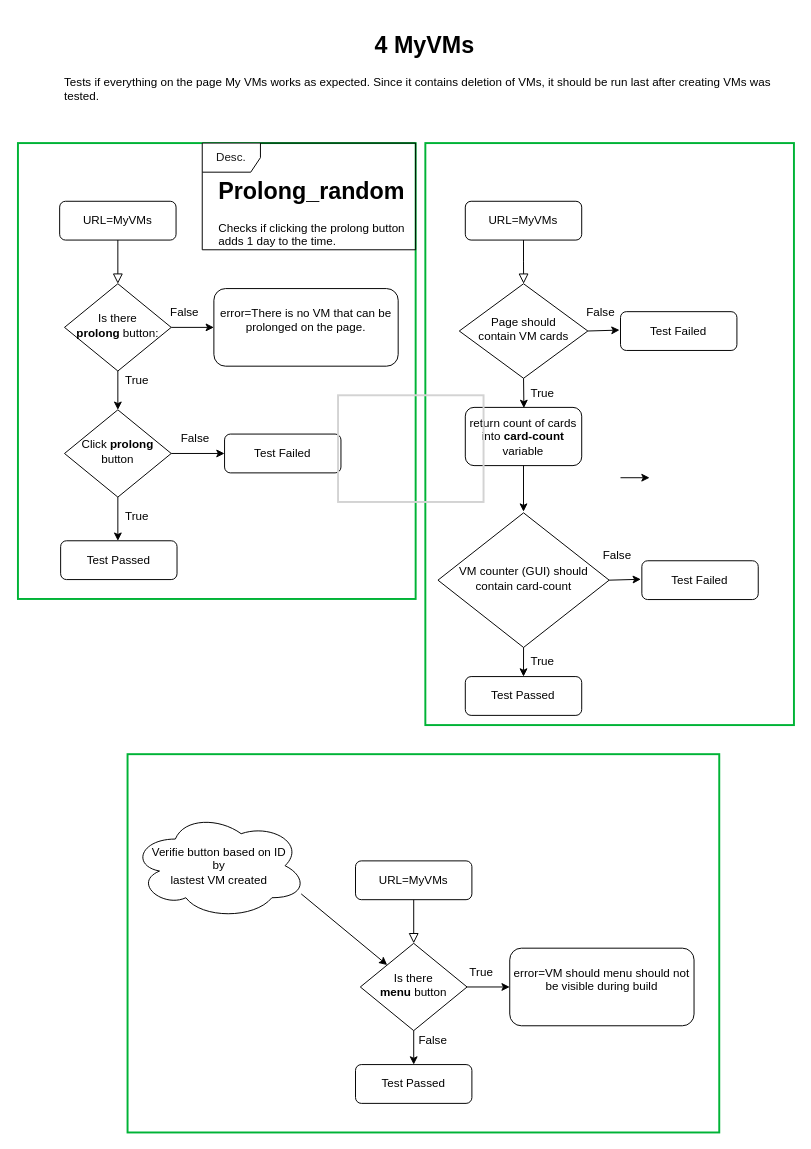
MartinBlazek6/Project keeps this draw.io diagram as 4_MyVMS.drawio. Above is the earlier version. Source tidied: cells renumbered, new cells numbered last; positions are measured from the earlier drawing's top-left corner, leaving out a move shared by most shapes. Both pictures are drawn from the tidied source at 97%, with x=0, y=0 at pixel (17, 26).
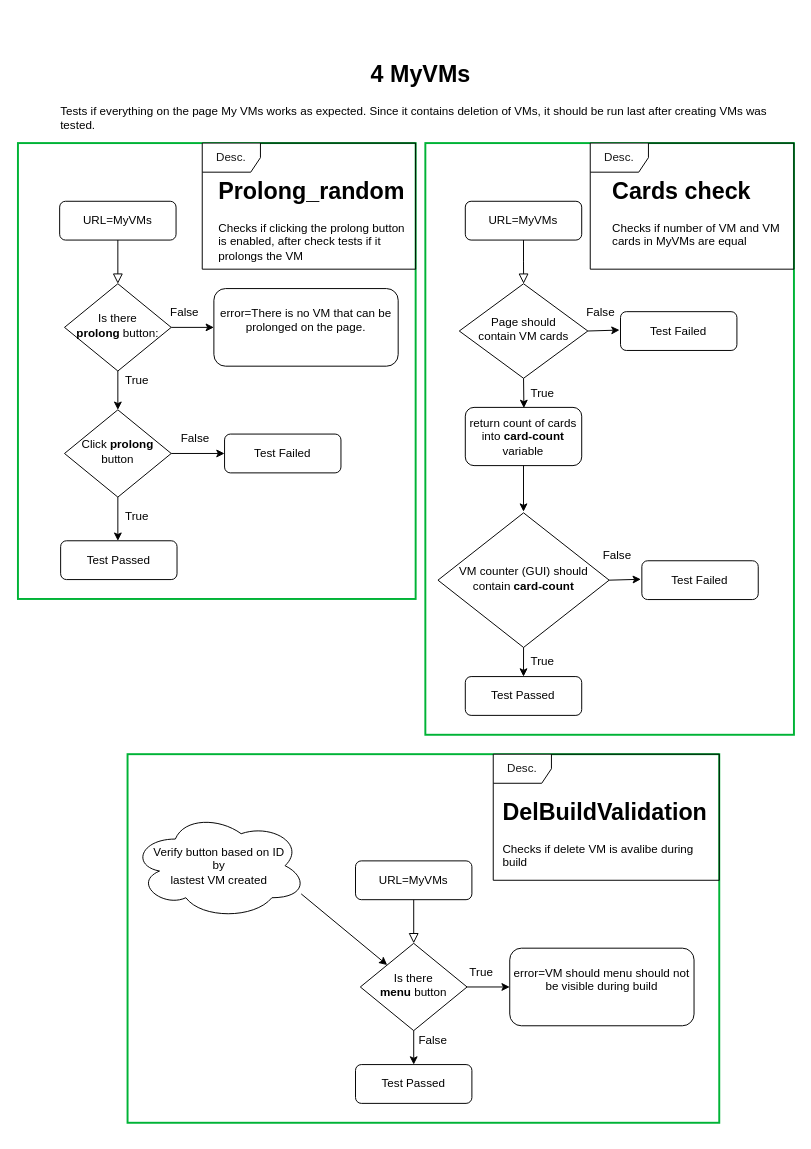
Above is the later version.

What changed in the source:
```diff
@@
-    <mxCell id="21" style="endArrow=classic;html=1;rounded=0;exitX=1;exitY=0.5;exitDx=0;exitDy=0;entryX=0;entryY=0.5;entryDx=0;entryDy=0;" parent="1" edge="1">
-      <mxGeometry relative="1" as="geometry">
-        <mxPoint x="621.2" y="465" as="sourcePoint" />
-        <mxPoint x="651.2" y="465" as="targetPoint" />
-      </mxGeometry>
-    </mxCell>
@@
-    <mxCell id="30" value="VM counter (GUI) should contain card-count" style="rhombus;whiteSpace=wrap;html=1;shadow=0;fontFamily=Helvetica;fontSize=12;align=center;strokeWidth=1;spacing=6;spacingTop=-4;" parent="1" vertex="1">
+    <mxCell id="30" value="VM counter (GUI) should contain &lt;b&gt;card-count&lt;/b&gt;" style="rhombus;whiteSpace=wrap;html=1;shadow=0;fontFamily=Helvetica;fontSize=12;align=center;strokeWidth=1;spacing=6;spacingTop=-4;" parent="1" vertex="1">
       <mxGeometry x="433" y="501.2" width="176.5" height="138.8" as="geometry" />
     </mxCell>
@@
-    <mxCell id="44" value="Verifie button based on ID &lt;br&gt;by&lt;br&gt;lastest VM created" style="ellipse;shape=cloud;whiteSpace=wrap;html=1;" parent="1" vertex="1">
+    <mxCell id="44" value="Verify button based on ID &lt;br&gt;by&lt;br&gt;lastest VM created" style="ellipse;shape=cloud;whiteSpace=wrap;html=1;" parent="1" vertex="1">
       <mxGeometry x="117" y="810" width="181" height="110" as="geometry" />
     </mxCell>
@@
     <mxCell id="46" value="&lt;h1&gt;&lt;span style=&quot;white-space: pre&quot;&gt;&#9;&lt;/span&gt;&lt;span style=&quot;white-space: pre&quot;&gt;&#9;&lt;/span&gt;&lt;span style=&quot;white-space: pre&quot;&gt;&#9;&lt;/span&gt;&lt;span style=&quot;white-space: pre&quot;&gt;&#9;&lt;/span&gt;&lt;span style=&quot;white-space: pre&quot;&gt;&#9;&lt;/span&gt;&lt;span style=&quot;white-space: pre&quot;&gt;&#9;&lt;/span&gt;4 MyVMs&lt;/h1&gt;&lt;p&gt;Tests if everything on the page My VMs works as expected. Since it contains deletion of VMs, it should be run last after creating VMs was tested.&lt;/p&gt;" style="text;html=1;strokeColor=none;fillColor=none;spacing=5;spacingTop=-20;whiteSpace=wrap;overflow=hidden;rounded=0;" parent="1" vertex="1">
-      <mxGeometry x="43" width="750" height="120" as="geometry" />
+      <mxGeometry x="39" y="30" width="750" height="120" as="geometry" />
     </mxCell>
@@
     <mxCell id="48" style="rounded=0;whiteSpace=wrap;html=1;fillColor=none;strokeColor=#00B336;strokeWidth=2;" parent="1" vertex="1">
-      <mxGeometry x="420" y="120" width="380" height="600" as="geometry" />
+      <mxGeometry x="420" y="120" width="380" height="610" as="geometry" />
     </mxCell>
     <mxCell id="49" style="rounded=0;whiteSpace=wrap;html=1;fillColor=none;strokeColor=#00B336;strokeWidth=2;" parent="1" vertex="1">
-      <mxGeometry x="113" y="750" width="610" height="390" as="geometry" />
+      <mxGeometry x="113" y="750" width="610" height="380" as="geometry" />
     </mxCell>
-    <mxCell id="50" value="&lt;h1&gt;Prolong_random&lt;/h1&gt;&lt;p&gt;Checks if clicking the prolong button adds 1 day to the time.&lt;/p&gt;" style="text;html=1;strokeColor=none;fillColor=none;spacing=5;spacingTop=-20;whiteSpace=wrap;overflow=hidden;rounded=0;" parent="1" vertex="1">
-      <mxGeometry x="202" y="150" width="208" height="80" as="geometry" />
+    <mxCell id="50" value="&lt;h1&gt;Prolong_random&lt;/h1&gt;&lt;p&gt;Checks if clicking the prolong button is enabled, after check tests if it prolongs the VM&lt;/p&gt;" style="text;html=1;strokeColor=none;fillColor=none;spacing=5;spacingTop=-20;whiteSpace=wrap;overflow=hidden;rounded=0;" parent="1" vertex="1">
+      <mxGeometry x="202" y="150" width="208" height="100" as="geometry" />
     </mxCell>
-    <mxCell id="51" style="rounded=0;whiteSpace=wrap;html=1;fillColor=none;strokeColor=#d3d3d3;strokeWidth=2;" parent="1" vertex="1">
-      <mxGeometry x="330" y="380" width="150" height="110" as="geometry" />
-    </mxCell>
     <mxCell id="52" value="Desc." style="shape=umlFrame;whiteSpace=wrap;html=1;fontColor=#171717;" parent="1" vertex="1">
-      <mxGeometry x="190" y="120" width="220" height="110" as="geometry" />
+      <mxGeometry x="190" y="120" width="220" height="130" as="geometry" />
     </mxCell>
+    <mxCell id="53" value="Desc." style="shape=umlFrame;whiteSpace=wrap;html=1;fontColor=#171717;" parent="1" vertex="1">
+      <mxGeometry x="590" y="120" width="210" height="130" as="geometry" />
+    </mxCell>
+    <mxCell id="54" value="&lt;h1&gt;Cards check&lt;/h1&gt;&lt;p&gt;Checks if number of VM and VM cards in MyVMs are equal&lt;/p&gt;" style="text;html=1;strokeColor=none;fillColor=none;spacing=5;spacingTop=-20;whiteSpace=wrap;overflow=hidden;rounded=0;" parent="1" vertex="1">
+      <mxGeometry x="608" y="150" width="190" height="120" as="geometry" />
+    </mxCell>
+    <mxCell id="55" value="&lt;h1&gt;DelBuildValidation&lt;/h1&gt;&lt;p&gt;Checks if delete VM is avalibe during build&lt;/p&gt;" style="text;html=1;strokeColor=none;fillColor=none;spacing=5;spacingTop=-20;whiteSpace=wrap;overflow=hidden;rounded=0;" parent="1" vertex="1">
+      <mxGeometry x="495" y="790" width="230" height="120" as="geometry" />
+    </mxCell>
+    <mxCell id="56" value="Desc." style="shape=umlFrame;whiteSpace=wrap;html=1;fontColor=#171717;" parent="1" vertex="1">
+      <mxGeometry x="490" y="750" width="233" height="130" as="geometry" />
+    </mxCell>
```
